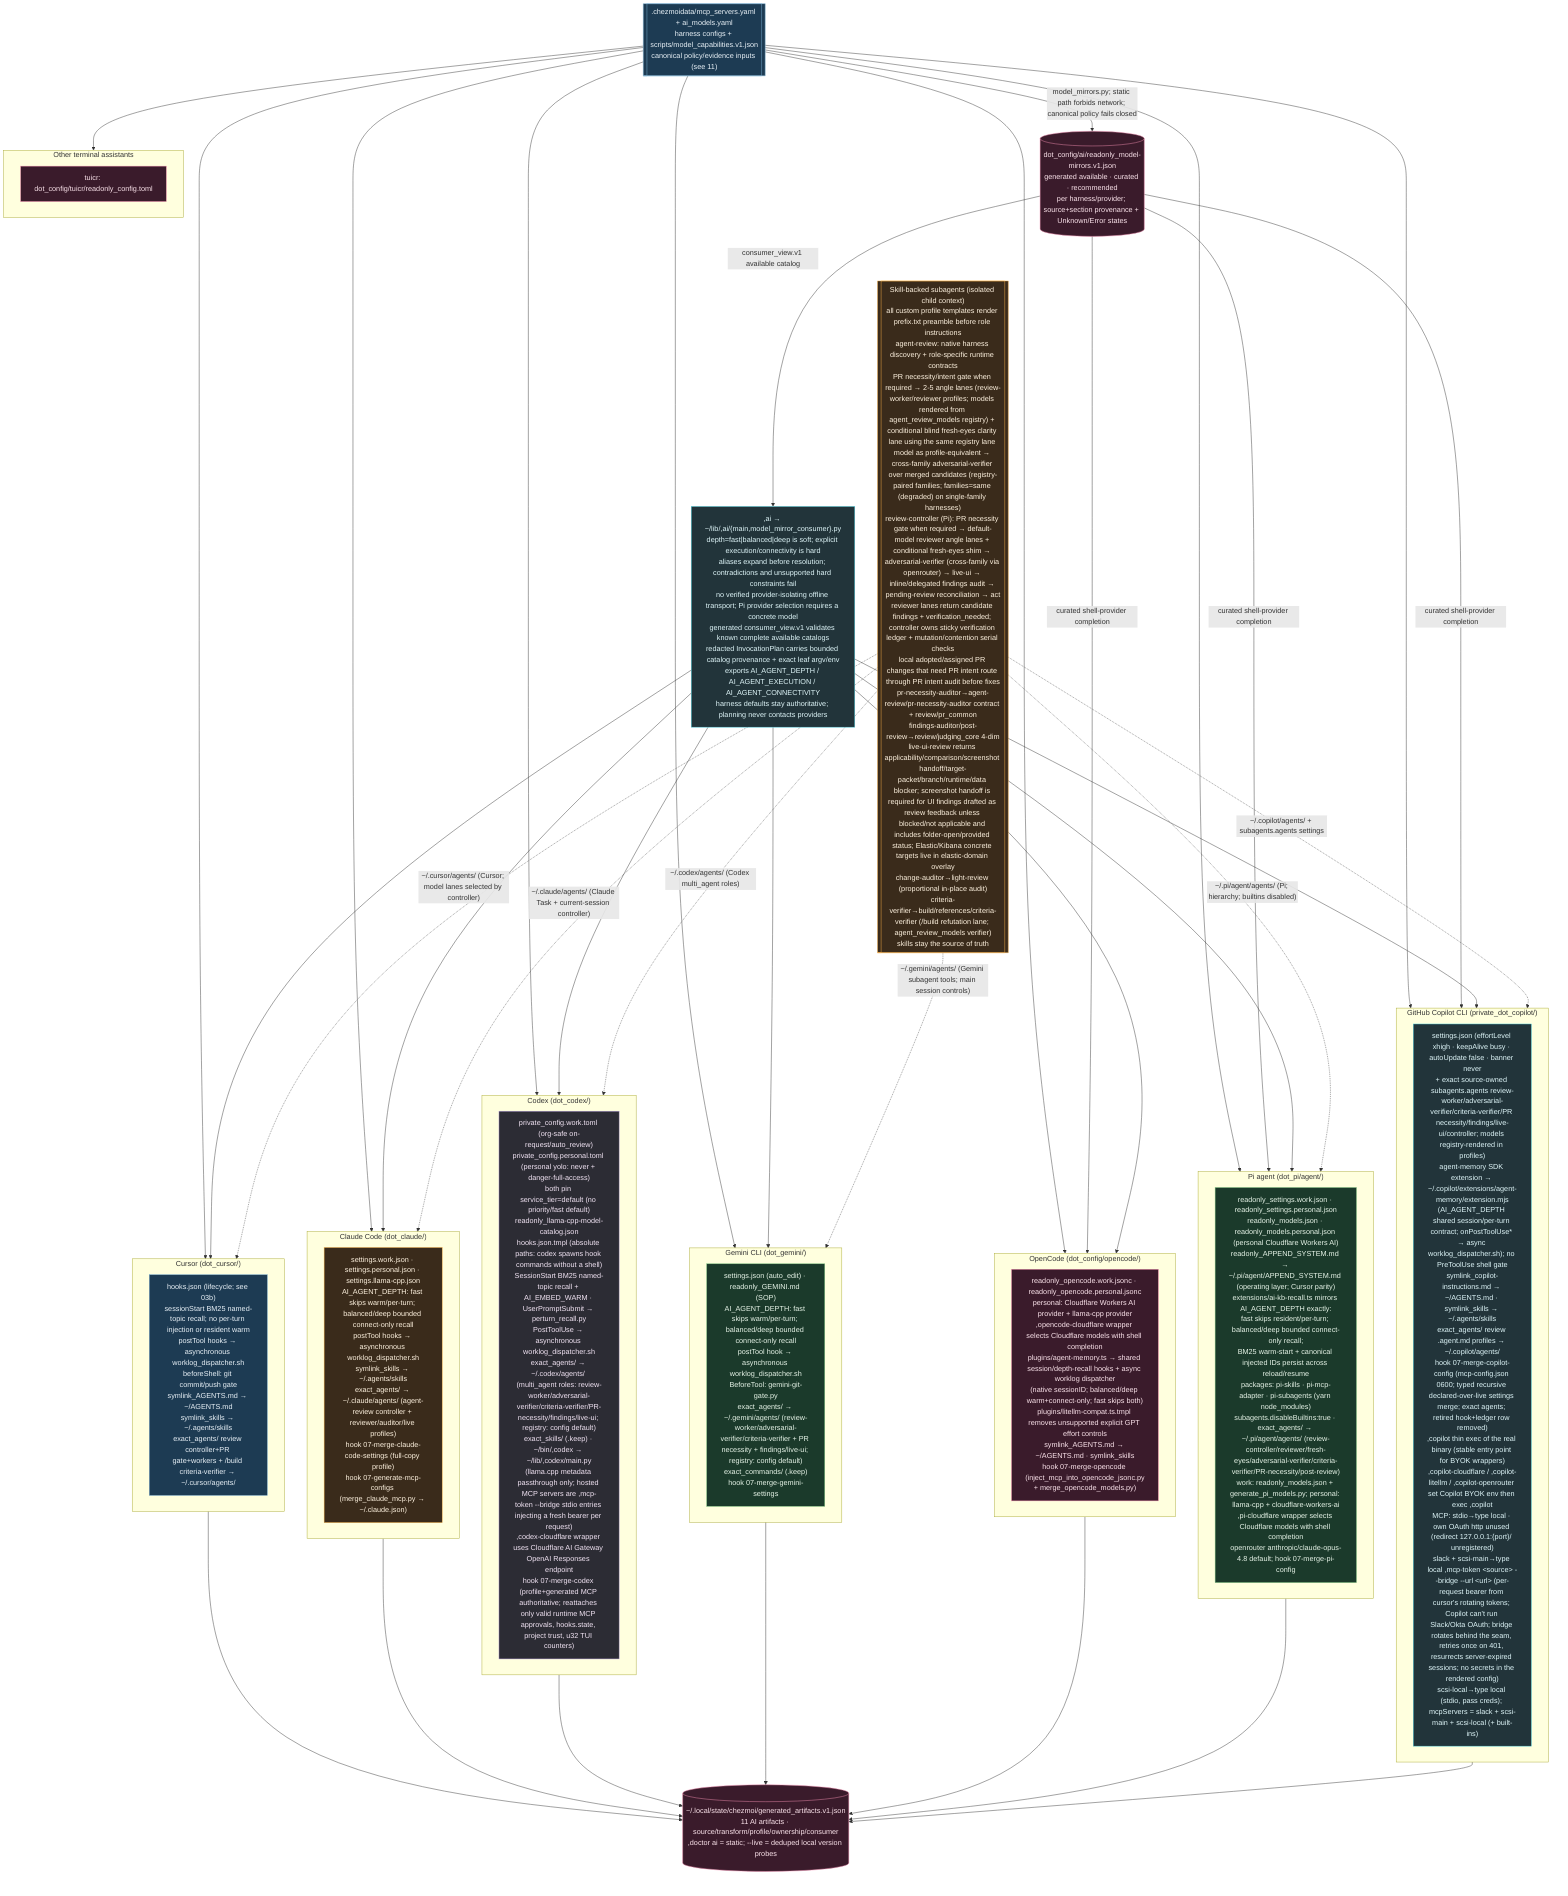
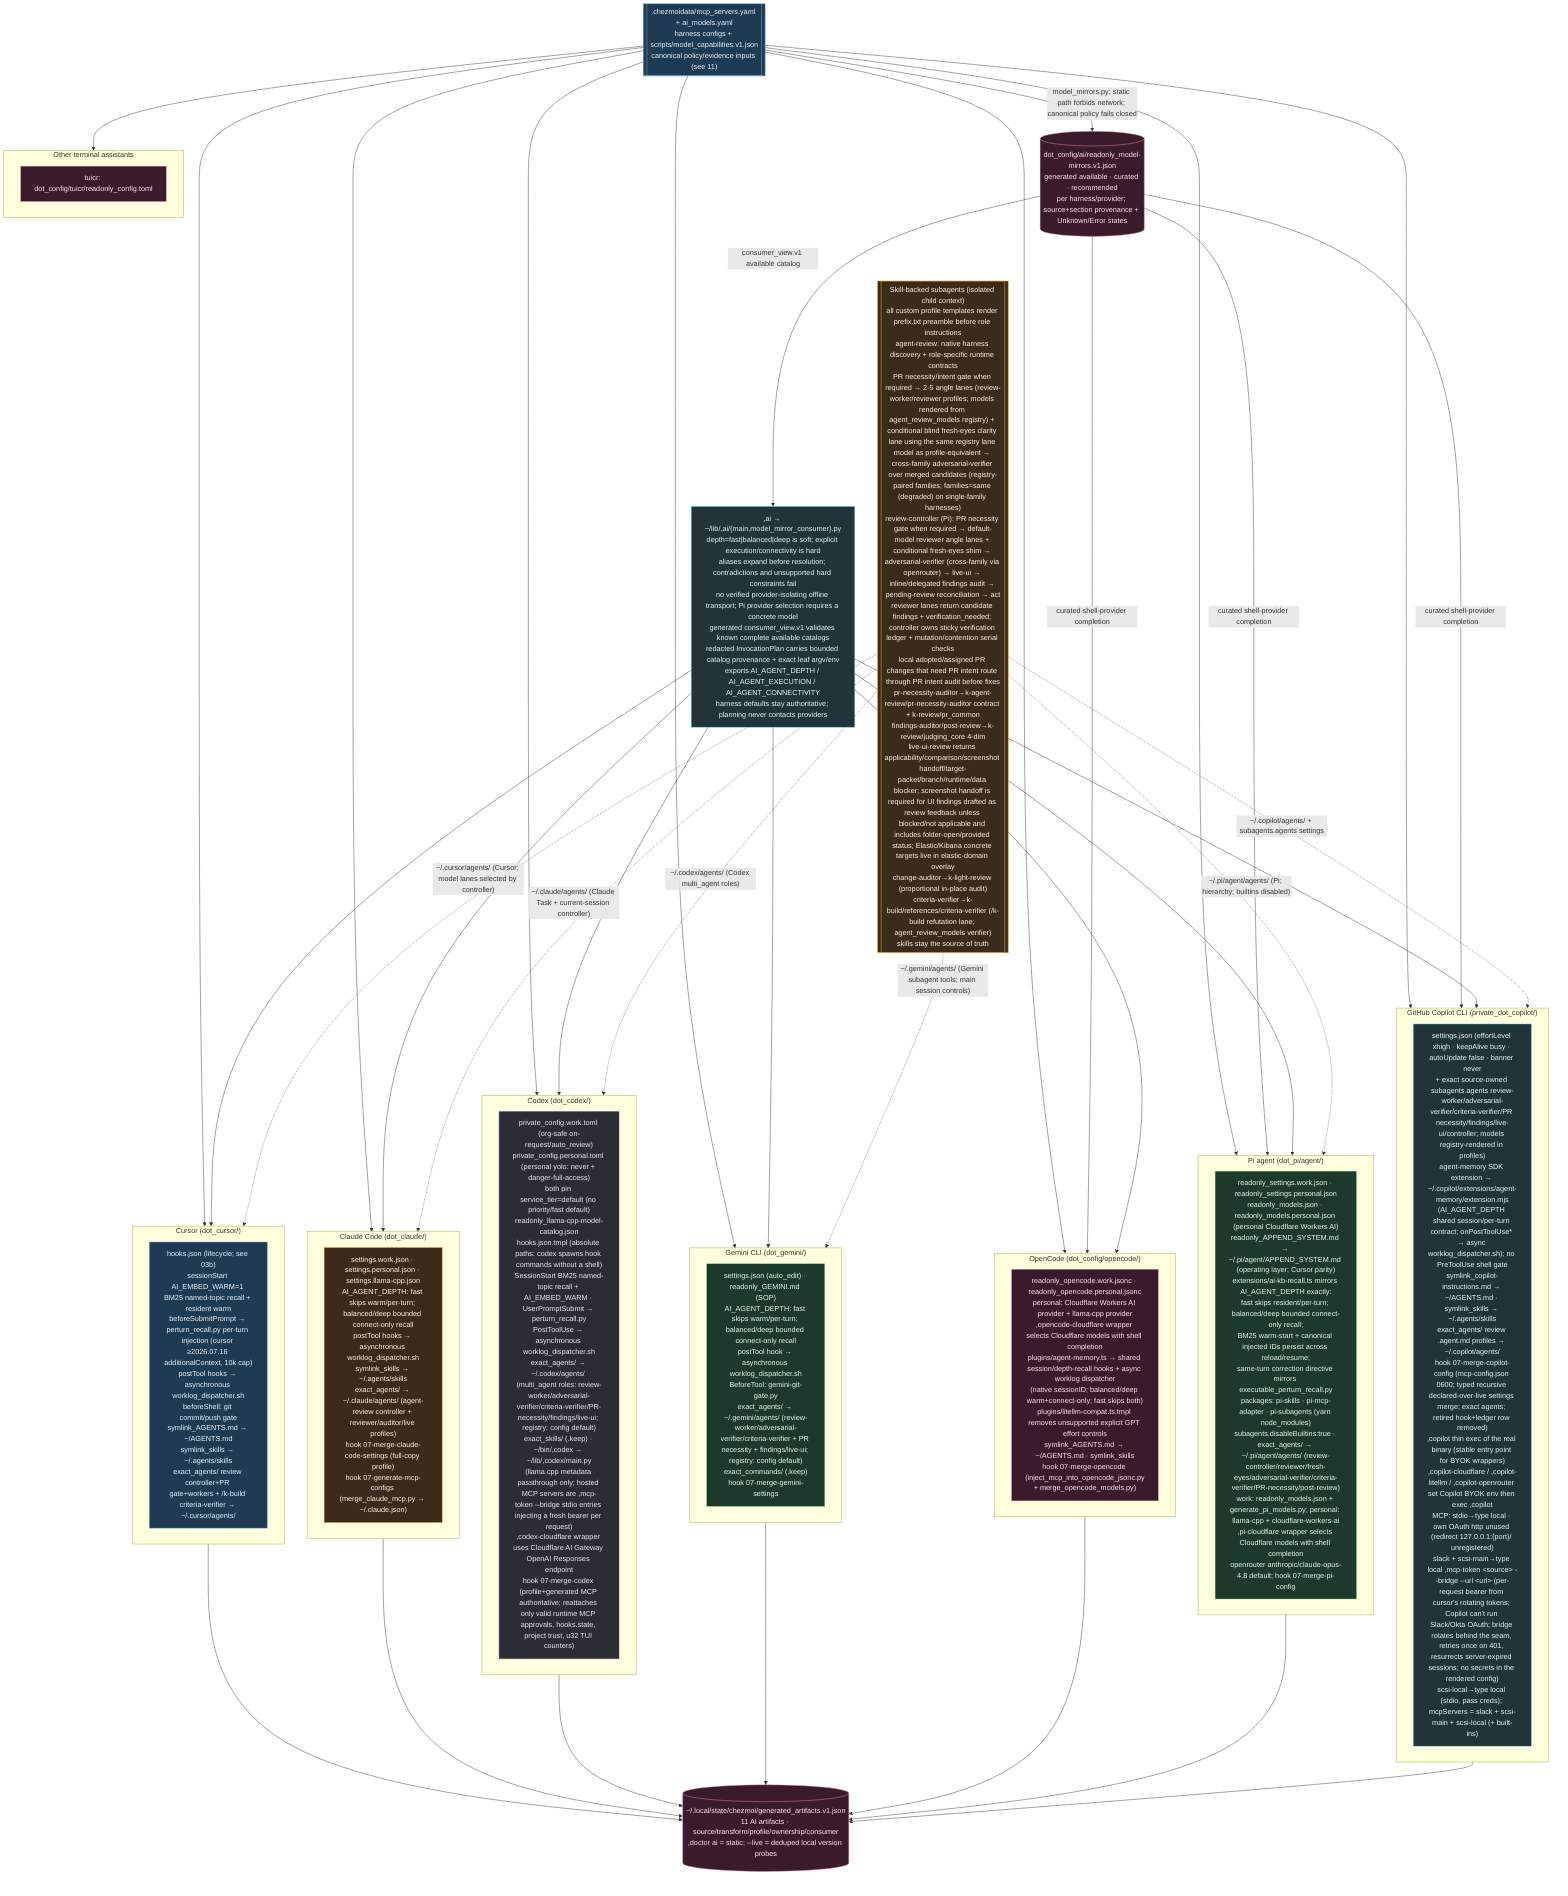
%% ============================================================================
%% 12-ai-tool-configs.mmd — Every per-tool AI config file in home/.
%% Pattern: source carries .work + .personal variants; a 07-merge-* hook picks
%% by isWork and merges generated MCP/model blocks into the live config.
%% ============================================================================
flowchart TB
    classDef cursor fill:#1d3b53,stroke:#7fb3d5,color:#eaf2f8;
    classDef claude fill:#3a2b1b,stroke:#ffb74d,color:#fff3e0;
    classDef codex fill:#2c2c34,stroke:#b39ddb,color:#f3e5f5;
    classDef gem fill:#1b3a2b,stroke:#81c784,color:#e8f5e9;
    classDef oc fill:#3a1b2b,stroke:#f48fb1,color:#fce4ec;
    classDef cop fill:#22343a,stroke:#4dd0e1,color:#e0f7fa;

    LAUNCH[",ai → ~/lib/,ai/{main,model_mirror_consumer}.py<br/>depth=fast|balanced|deep is soft; explicit execution/connectivity is hard<br/>aliases expand before resolution; contradictions and unsupported hard constraints fail<br/>no verified provider-isolating offline transport; Pi provider selection requires a concrete model<br/>generated consumer_view.v1 validates known complete available catalogs<br/>redacted InvocationPlan carries bounded catalog provenance + exact leaf argv/env<br/>exports AI_AGENT_DEPTH / AI_AGENT_EXECUTION / AI_AGENT_CONNECTIVITY<br/>harness defaults stay authoritative; planning never contacts providers"]:::cop

    subgraph CURSOR["Cursor (dot_cursor/)"]
-         CU["hooks.json (lifecycle; see 03b)<br/>sessionStart BM25 named-topic recall; no per-turn injection or resident warm<br/>postTool hooks → asynchronous worklog_dispatcher.sh<br/>beforeShell: git commit/push gate<br/>symlink_AGENTS.md → ~/AGENTS.md<br/>symlink_skills → ~/.agents/skills<br/>exact_agents/ review controller+PR gate+workers + /build criteria-verifier → ~/.cursor/agents/"]:::cursor
+         CU["hooks.json (lifecycle; see 03b)<br/>sessionStart AI_EMBED_WARM=1 BM25 named-topic recall + resident warm<br/>beforeSubmitPrompt → perturn_recall.py per-turn injection (cursor ≥2026.07.16 additionalContext, 10k cap)<br/>postTool hooks → asynchronous worklog_dispatcher.sh<br/>beforeShell: git commit/push gate<br/>symlink_AGENTS.md → ~/AGENTS.md<br/>symlink_skills → ~/.agents/skills<br/>exact_agents/ review controller+PR gate+workers + /k-build criteria-verifier → ~/.cursor/agents/"]:::cursor
    end

    subgraph CLAUDE["Claude Code (dot_claude/)"]
        CLD["settings.work.json · settings.personal.json · settings.llama-cpp.json<br/>AI_AGENT_DEPTH: fast skips warm/per-turn; balanced/deep bounded connect-only recall<br/>postTool hooks → asynchronous worklog_dispatcher.sh<br/>symlink_skills → ~/.agents/skills<br/>exact_agents/ → ~/.claude/agents/ (agent-review controller + reviewer/auditor/live profiles)<br/>hook 07-merge-claude-code-settings (full-copy profile)<br/>hook 07-generate-mcp-configs (merge_claude_mcp.py → ~/.claude.json)"]:::claude
    end

    subgraph CODEX["Codex (dot_codex/)"]
        CDX["private_config.work.toml (org-safe on-request/auto_review)<br/>private_config.personal.toml (personal yolo: never + danger-full-access)<br/>both pin service_tier=default (no priority/fast default)<br/>readonly_llama-cpp-model-catalog.json<br/>hooks.json.tmpl (absolute paths: codex spawns hook commands without a shell)<br/>SessionStart BM25 named-topic recall + AI_EMBED_WARM · UserPromptSubmit → perturn_recall.py<br/>PostToolUse → asynchronous worklog_dispatcher.sh<br/>exact_agents/ → ~/.codex/agents/ (multi_agent roles: review-worker/adversarial-verifier/criteria-verifier/PR-necessity/findings/live-ui; registry: config default)<br/>exact_skills/ (.keep) · ~/bin/,codex → ~/lib/,codex/main.py<br/>(llama.cpp metadata passthrough only; hosted MCP servers are ,mcp-token --bridge stdio entries injecting a fresh bearer per request)<br/>,codex-cloudflare wrapper uses Cloudflare AI Gateway OpenAI Responses endpoint<br/>hook 07-merge-codex (profile+generated MCP authoritative; reattaches only valid runtime MCP approvals, hooks.state, project trust, u32 TUI counters)"]:::codex
    end

    subgraph GEMINI["Gemini CLI (dot_gemini/)"]
        GMN["settings.json (auto_edit) · readonly_GEMINI.md (SOP)<br/>AI_AGENT_DEPTH: fast skips warm/per-turn; balanced/deep bounded connect-only recall<br/>postTool hook → asynchronous worklog_dispatcher.sh<br/>BeforeTool: gemini-git-gate.py<br/>exact_agents/ → ~/.gemini/agents/ (review-worker/adversarial-verifier/criteria-verifier + PR necessity + findings/live-ui; registry: config default)<br/>exact_commands/ (.keep)<br/>hook 07-merge-gemini-settings"]:::gem
    end

    subgraph OPENCODE["OpenCode (dot_config/opencode/)"]
        OPC["readonly_opencode.work.jsonc · readonly_opencode.personal.jsonc<br/>personal: Cloudflare Workers AI provider + llama-cpp provider<br/>,opencode-cloudflare wrapper selects Cloudflare models with shell completion<br/>plugins/agent-memory.ts → shared session/depth-recall hooks + async worklog dispatcher<br/>(native sessionID; balanced/deep warm+connect-only; fast skips both)<br/>plugins/litellm-compat.ts.tmpl removes unsupported explicit GPT effort controls<br/>symlink_AGENTS.md → ~/AGENTS.md · symlink_skills<br/>hook 07-merge-opencode (inject_mcp_into_opencode_jsonc.py<br/>+ merge_opencode_models.py)"]:::oc
    end

    subgraph PI["Pi agent (dot_pi/agent/)"]
-         PIA["readonly_settings.work.json · readonly_settings.personal.json<br/>readonly_models.json · readonly_models.personal.json (personal Cloudflare Workers AI)<br/>readonly_APPEND_SYSTEM.md → ~/.pi/agent/APPEND_SYSTEM.md (operating layer; Cursor parity)<br/>extensions/ai-kb-recall.ts mirrors AI_AGENT_DEPTH exactly:<br/>fast skips resident/per-turn; balanced/deep bounded connect-only recall;<br/>BM25 warm-start + canonical injected IDs persist across reload/resume<br/>packages: pi-skills · pi-mcp-adapter · pi-subagents (yarn node_modules)<br/>subagents.disableBuiltins:true · exact_agents/ → ~/.pi/agent/agents/ (review-controller/reviewer/fresh-eyes/adversarial-verifier/criteria-verifier/PR-necessity/post-review)<br/>work: readonly_models.json + generate_pi_models.py; personal: llama-cpp + cloudflare-workers-ai<br/>,pi-cloudflare wrapper selects Cloudflare models with shell completion<br/>openrouter anthropic/claude-opus-4.8 default; hook 07-merge-pi-config"]:::gem
+         PIA["readonly_settings.work.json · readonly_settings.personal.json<br/>readonly_models.json · readonly_models.personal.json (personal Cloudflare Workers AI)<br/>readonly_APPEND_SYSTEM.md → ~/.pi/agent/APPEND_SYSTEM.md (operating layer; Cursor parity)<br/>extensions/ai-kb-recall.ts mirrors AI_AGENT_DEPTH exactly:<br/>fast skips resident/per-turn; balanced/deep bounded connect-only recall;<br/>BM25 warm-start + canonical injected IDs persist across reload/resume;<br/>same-turn correction directive mirrors executable_perturn_recall.py<br/>packages: pi-skills · pi-mcp-adapter · pi-subagents (yarn node_modules)<br/>subagents.disableBuiltins:true · exact_agents/ → ~/.pi/agent/agents/ (review-controller/reviewer/fresh-eyes/adversarial-verifier/criteria-verifier/PR-necessity/post-review)<br/>work: readonly_models.json + generate_pi_models.py; personal: llama-cpp + cloudflare-workers-ai<br/>,pi-cloudflare wrapper selects Cloudflare models with shell completion<br/>openrouter anthropic/claude-opus-4.8 default; hook 07-merge-pi-config"]:::gem
    end

    subgraph COPILOT["GitHub Copilot CLI (private_dot_copilot/)"]
        COP["settings.json (effortLevel xhigh · keepAlive busy · autoUpdate false · banner never<br/>+ exact source-owned subagents.agents review-worker/adversarial-verifier/criteria-verifier/PR necessity/findings/live-ui/controller; models registry-rendered in profiles)<br/>agent-memory SDK extension → ~/.copilot/extensions/agent-memory/extension.mjs<br/>(AI_AGENT_DEPTH shared session/per-turn contract; onPostToolUse* → async worklog_dispatcher.sh); no PreToolUse shell gate<br/>symlink_copilot-instructions.md → ~/AGENTS.md · symlink_skills → ~/.agents/skills<br/>exact_agents/ review .agent.md profiles → ~/.copilot/agents/<br/>hook 07-merge-copilot-config (mcp-config.json 0600; typed recursive declared-over-live settings merge; exact agents; retired hook+ledger row removed)<br/>,copilot thin exec of the real binary (stable entry point for BYOK wrappers)<br/>,copilot-cloudflare / ,copilot-litellm / ,copilot-openrouter set Copilot BYOK env then exec ,copilot<br/>MCP: stdio→type local · own OAuth http unused (redirect 127.0.0.1:{port}/ unregistered)<br/>slack + scsi-main→type local ,mcp-token &lt;source&gt; --bridge --url &lt;url&gt; (per-request bearer from cursor's rotating tokens; Copilot can't run Slack/Okta OAuth; bridge rotates behind the seam, retries once on 401, resurrects server-expired sessions; no secrets in the rendered config)<br/>scsi-local→type local (stdio, pass creds); mcpServers = slack + scsi-main + scsi-local (+ built-ins)"]:::cop
    end

    subgraph OTHER["Other terminal assistants"]
        TUI["tuicr: dot_config/tuicr/readonly_config.toml"]:::oc
    end

    REG[[".chezmoidata/mcp_servers.yaml + ai_models.yaml<br/>harness configs + scripts/model_capabilities.v1.json<br/>canonical policy/evidence inputs (see 11)"]]:::cursor
    REG --> CURSOR & CLAUDE & CODEX & GEMINI & OPENCODE & PI & COPILOT & OTHER
    MIRROR[("dot_config/ai/readonly_model-mirrors.v1.json<br/>generated available · curated · recommended<br/>per harness/provider; source+section provenance + Unknown/Error states")]:::oc
    REG -->|"model_mirrors.py; static path forbids network; canonical policy fails closed"| MIRROR
    MIRROR -->|"consumer_view.v1 available catalog"| LAUNCH
    MIRROR -->|"curated shell-provider completion"| OPENCODE & PI & COPILOT
    LAUNCH --> CURSOR & CLAUDE & CODEX & GEMINI & OPENCODE & PI & COPILOT
    LEDGER[("~/.local/state/chezmoi/generated_artifacts.v1.json<br/>11 AI artifacts · source/transform/profile/ownership/consumer<br/>,doctor ai = static; --live = deduped local version probes")]:::oc
    CURSOR & CLAUDE & CODEX & GEMINI & OPENCODE & PI & COPILOT --> LEDGER

-     SUBA[["Skill-backed subagents (isolated child context)<br/>all custom profile templates render prefix.txt preamble before role instructions<br/>agent-review: native harness discovery + role-specific runtime contracts<br/>PR necessity/intent gate when required → 2-5 angle lanes (review-worker/reviewer profiles; models rendered from agent_review_models registry) + conditional blind fresh-eyes clarity lane using the same registry lane model as profile-equivalent → cross-family adversarial-verifier over merged candidates (registry-paired families; families=same (degraded) on single-family harnesses)<br/>review-controller (Pi): PR necessity gate when required → default-model reviewer angle lanes + conditional fresh-eyes shim → adversarial-verifier (cross-family via openrouter) → live-ui → inline/delegated findings audit → pending-review reconciliation → act<br/>reviewer lanes return candidate findings + verification_needed; controller owns sticky verification ledger + mutation/contention serial checks<br/>local adopted/assigned PR changes that need PR intent route through PR intent audit before fixes<br/>pr-necessity-auditor→agent-review/pr-necessity-auditor contract + review/pr_common<br/>findings-auditor/post-review→review/judging_core 4-dim<br/>live-ui-review returns applicability/comparison/screenshot handoff/target-packet/branch/runtime/data blocker; screenshot handoff is required for UI findings drafted as review feedback unless blocked/not applicable and includes folder-open/provided status; Elastic/Kibana concrete targets live in elastic-domain overlay<br/>change-auditor→light-review (proportional in-place audit)<br/>criteria-verifier→build/references/criteria-verifier (/build refutation lane; agent_review_models verifier)<br/>skills stay the source of truth"]]:::claude
+     SUBA[["Skill-backed subagents (isolated child context)<br/>all custom profile templates render prefix.txt preamble before role instructions<br/>agent-review: native harness discovery + role-specific runtime contracts<br/>PR necessity/intent gate when required → 2-5 angle lanes (review-worker/reviewer profiles; models rendered from agent_review_models registry) + conditional blind fresh-eyes clarity lane using the same registry lane model as profile-equivalent → cross-family adversarial-verifier over merged candidates (registry-paired families; families=same (degraded) on single-family harnesses)<br/>review-controller (Pi): PR necessity gate when required → default-model reviewer angle lanes + conditional fresh-eyes shim → adversarial-verifier (cross-family via openrouter) → live-ui → inline/delegated findings audit → pending-review reconciliation → act<br/>reviewer lanes return candidate findings + verification_needed; controller owns sticky verification ledger + mutation/contention serial checks<br/>local adopted/assigned PR changes that need PR intent route through PR intent audit before fixes<br/>pr-necessity-auditor→k-agent-review/pr-necessity-auditor contract + k-review/pr_common<br/>findings-auditor/post-review→k-review/judging_core 4-dim<br/>live-ui-review returns applicability/comparison/screenshot handoff/target-packet/branch/runtime/data blocker; screenshot handoff is required for UI findings drafted as review feedback unless blocked/not applicable and includes folder-open/provided status; Elastic/Kibana concrete targets live in elastic-domain overlay<br/>change-auditor→k-light-review (proportional in-place audit)<br/>criteria-verifier→k-build/references/criteria-verifier (/k-build refutation lane; agent_review_models verifier)<br/>skills stay the source of truth"]]:::claude
    SUBA -.->|"~/.cursor/agents/ (Cursor; model lanes selected by controller)"| CURSOR
    SUBA -.->|"~/.copilot/agents/ + subagents.agents settings"| COPILOT
    SUBA -.->|"~/.claude/agents/ (Claude Task + current-session controller)"| CLAUDE
    SUBA -.->|"~/.codex/agents/ (Codex multi_agent roles)"| CODEX
    SUBA -.->|"~/.gemini/agents/ (Gemini subagent tools; main session controls)"| GEMINI
    SUBA -.->|"~/.pi/agent/agents/ (Pi; hierarchy; builtins disabled)"| PI
